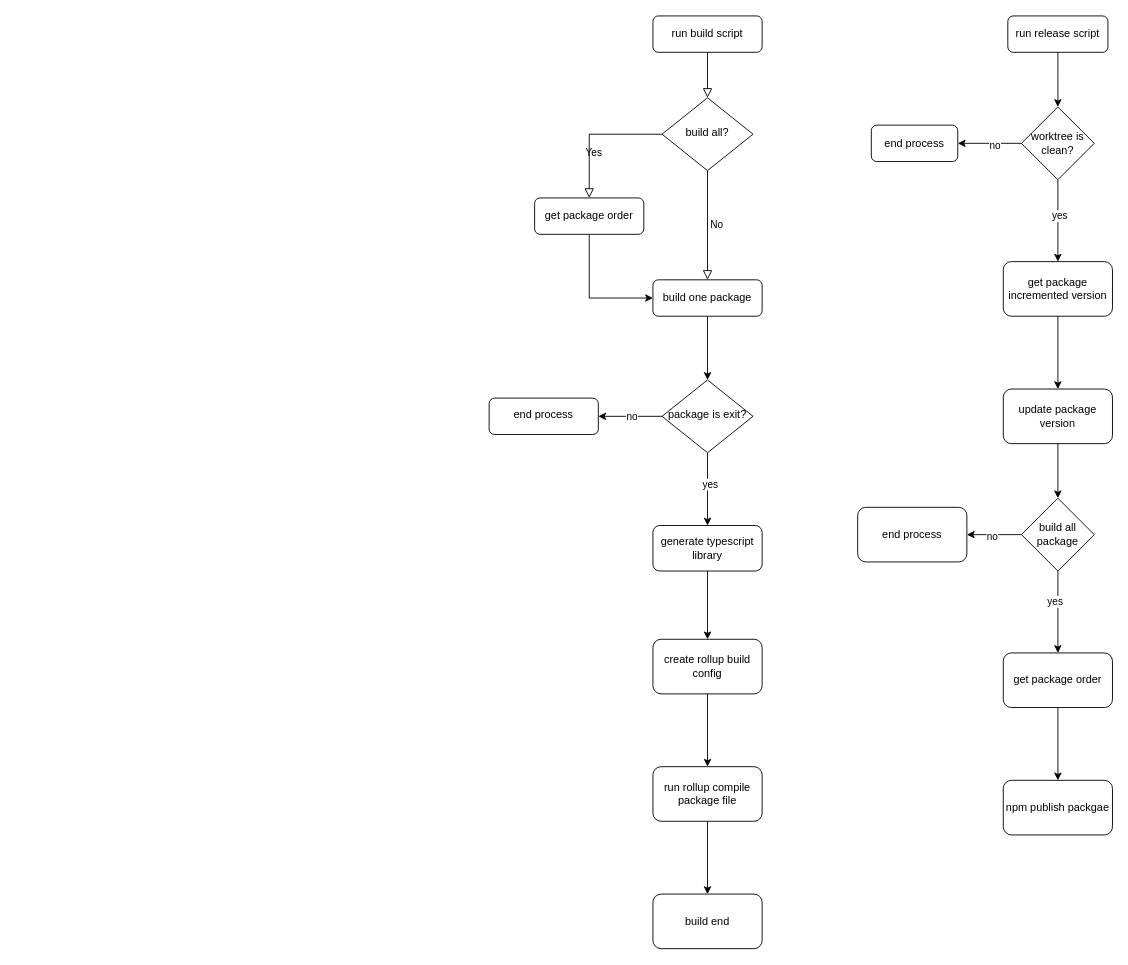
Before: Untitled Diagram.drawio in AmelloAster/flowchart, a draw.io diagram. Source tidied: cells renumbered, new cells numbered last; positions are measured from the earlier drawing's top-left corner, leaving out a move shared by most shapes. Both pictures are drawn from the tidied source at 91%, with x=0, y=0 at pixel (489, 15).
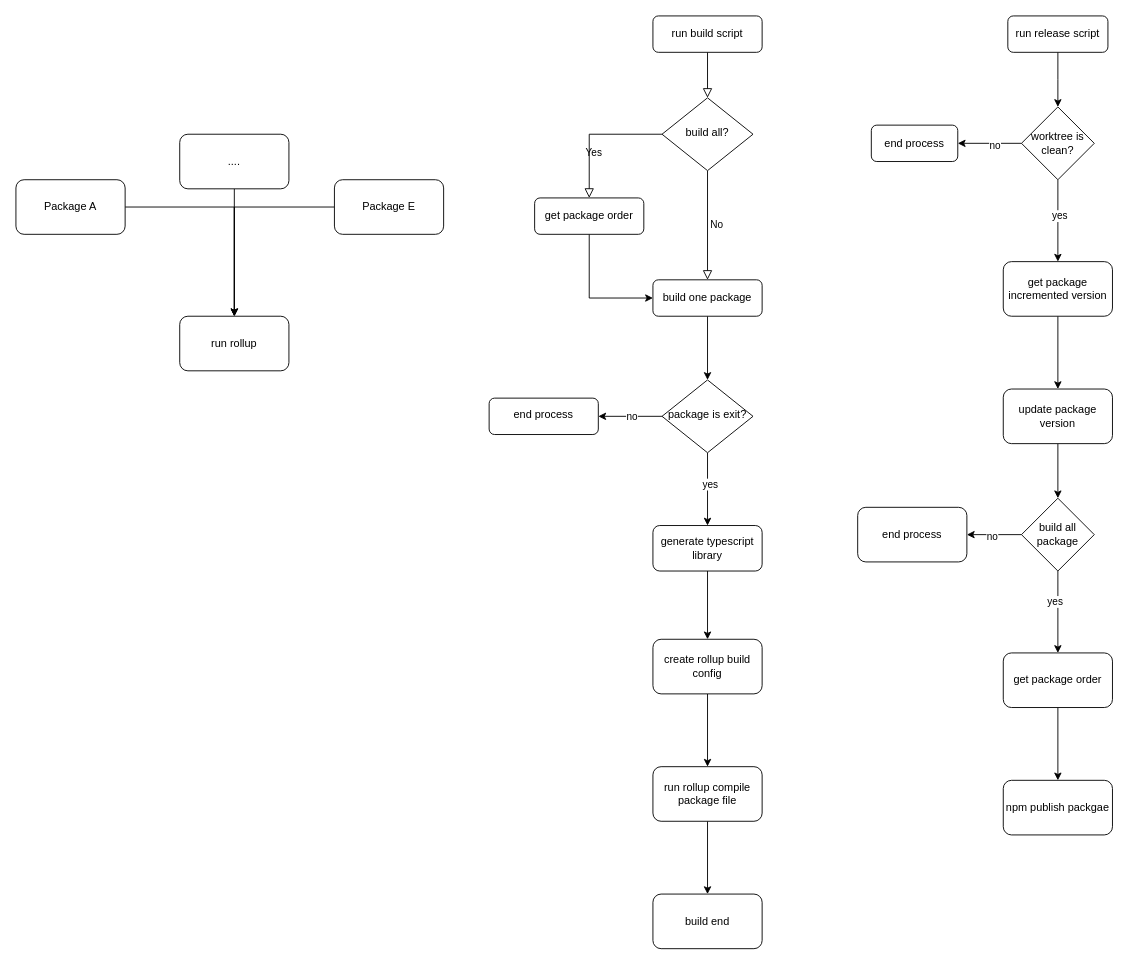
The same diagram, later.

Change to the diagram source:
```diff
@@
+    <mxCell id="45" style="edgeStyle=orthogonalEdgeStyle;rounded=0;jettySize=auto;html=1;entryX=0.5;entryY=0;entryDx=0;entryDy=0;" parent="1" edge="1" source="46" target="51">
+      <mxGeometry relative="1" as="geometry" />
+    </mxCell>
+    <mxCell id="46" value="Package A" style="rounded=1;whiteSpace=wrap;html=1;" parent="1" vertex="1">
+      <mxGeometry x="-520" y="180" width="120" height="60" as="geometry" />
+    </mxCell>
+    <mxCell id="47" style="edgeStyle=orthogonalEdgeStyle;rounded=0;jettySize=auto;html=1;entryX=0.5;entryY=0;entryDx=0;entryDy=0;" parent="1" edge="1" source="48" target="51">
+      <mxGeometry relative="1" as="geometry" />
+    </mxCell>
+    <mxCell id="48" value="...." style="rounded=1;whiteSpace=wrap;html=1;" parent="1" vertex="1">
+      <mxGeometry x="-340" y="130" width="120" height="60" as="geometry" />
+    </mxCell>
+    <mxCell id="49" style="edgeStyle=orthogonalEdgeStyle;rounded=0;jettySize=auto;html=1;entryX=0.5;entryY=0;entryDx=0;entryDy=0;" parent="1" edge="1" source="50" target="51">
+      <mxGeometry relative="1" as="geometry" />
+    </mxCell>
+    <mxCell id="50" value="Package E" style="rounded=1;whiteSpace=wrap;html=1;" parent="1" vertex="1">
+      <mxGeometry x="-170" y="180" width="120" height="60" as="geometry" />
+    </mxCell>
+    <mxCell id="51" value="run rollup" style="rounded=1;whiteSpace=wrap;html=1;" parent="1" vertex="1">
+      <mxGeometry x="-340" y="330" width="120" height="60" as="geometry" />
+    </mxCell>
```
